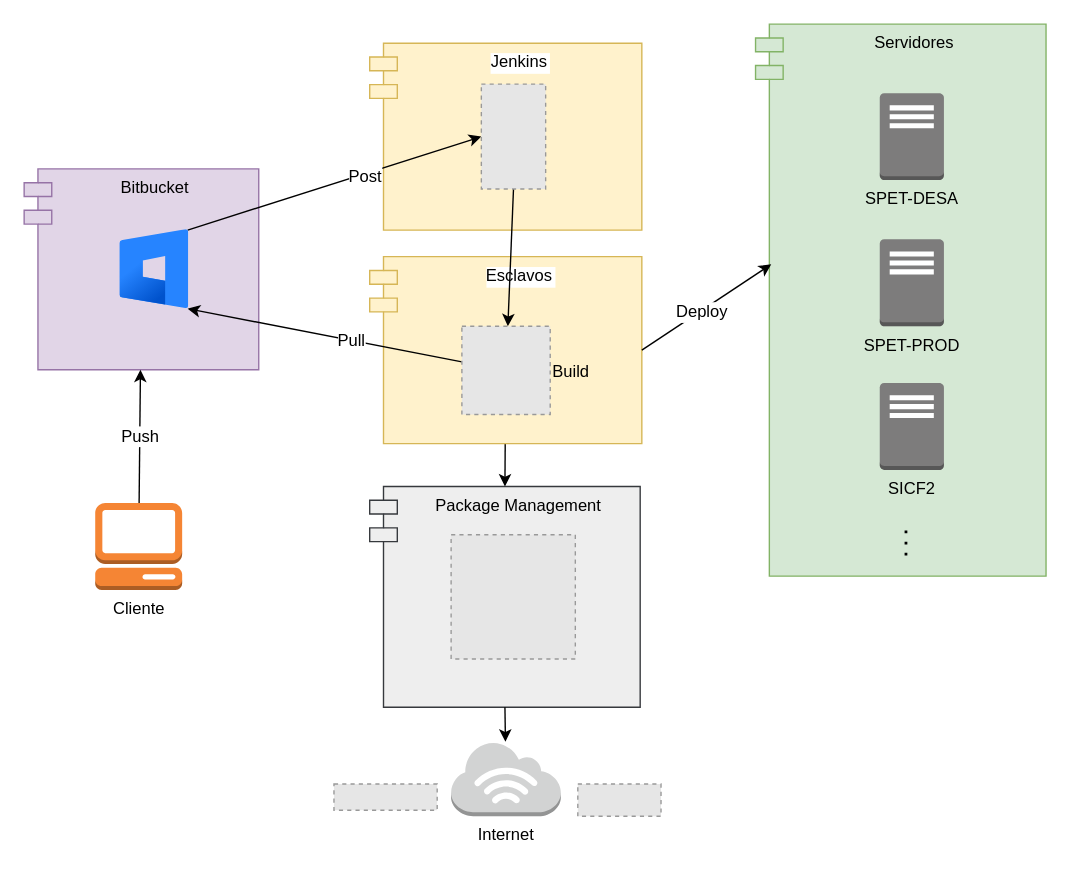
This is Diagrama sin título.drawio from davidSP-00/itil, a draw.io file, before an edit. Source tidied: cells renumbered, new cells numbered last; positions are measured from the earlier drawing's top-left corner, leaving out a move shared by most shapes. Both pictures are drawn from the tidied source at 138%, with x=0, y=0 at pixel (23, 23). Pictures stored in the file or linked from it are replaced by grey dashed boxes.
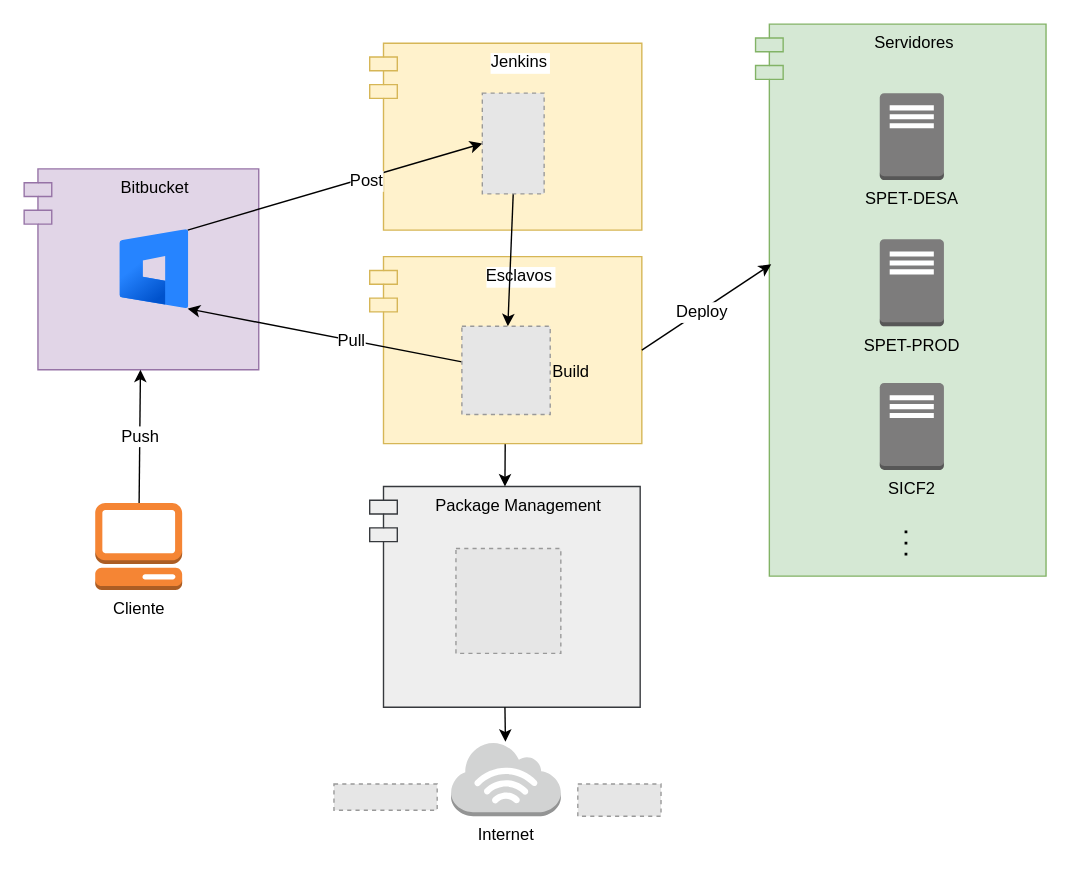
The same diagram, later.

Unchanged cells that the change refers to:
```xml
<mxCell id="16" value="Build" style="fillColor=#E6E6E6;strokeColor=#999999;dashed=1;verticalLabelPosition=middle;labelBackgroundColor=none;verticalAlign=middle;align=left;labelPosition=right;" parent="1" vertex="1">
  <mxGeometry x="317.2" y="218.9" width="64" height="64" as="geometry" />
</mxCell>
<mxCell id="28" style="image;image=img/lib/atlassian/Bitbucket_Logo.svg;labelBackgroundColor=default;fontSize=12;fontColor=#000000;html=1;direction=south;" parent="1" vertex="1">
  <mxGeometry x="68.5" y="149.2" width="50" height="57" as="geometry" />
</mxCell>
```

Diff of the diagram source:
```diff
@@
-    <mxCell id="11" style="edgeStyle=none;rounded=0;jettySize=auto;html=1;fontSize=12;fontColor=#000000;exitX=0.5;exitY=1;exitDx=0;exitDy=0;" parent="1" edge="1" source="29" target="16">
+    <mxCell id="11" style="edgeStyle=none;rounded=0;jettySize=auto;html=1;fontSize=12;fontColor=#000000;exitX=0.5;exitY=1;exitDx=0;exitDy=0;" parent="1" edge="1" source="31" target="16">
       <mxGeometry relative="1" as="geometry" />
     </mxCell>
@@
-    <mxCell id="14" style="edgeStyle=none;rounded=0;jettySize=auto;html=1;fontSize=12;fontColor=#000000;exitX=0;exitY=0;exitDx=0;exitDy=0;entryX=0;entryY=0.5;entryDx=0;entryDy=0;" parent="1" edge="1" source="28" target="29">
+    <mxCell id="14" style="edgeStyle=none;rounded=0;jettySize=auto;html=1;fontSize=12;fontColor=#000000;exitX=0;exitY=0;exitDx=0;exitDy=0;entryX=0;entryY=0.5;entryDx=0;entryDy=0;" parent="1" edge="1" source="28" target="31">
       <mxGeometry relative="1" as="geometry" />
     </mxCell>
@@
-    <mxCell id="29" style="fillColor=#E6E6E6;strokeColor=#999999;dashed=1;verticalLabelPosition=bottom;labelBackgroundColor=default;verticalAlign=top;" parent="1" vertex="1">
-      <mxGeometry x="331.3" y="43.5" width="46.6" height="76" as="geometry" />
-    </mxCell>
-    <mxCell id="30" style="fillColor=#E6E6E6;strokeColor=#999999;dashed=1;verticalLabelPosition=bottom;labelBackgroundColor=default;verticalAlign=top;" parent="1" vertex="1">
-      <mxGeometry x="309.4" y="370" width="90" height="90" as="geometry" />
-    </mxCell>
+    <mxCell id="31" style="fillColor=#E6E6E6;strokeColor=#999999;dashed=1;verticalLabelPosition=bottom;labelBackgroundColor=default;verticalAlign=top;" parent="1" vertex="1">
+      <mxGeometry x="332" y="50" width="44.8" height="73" as="geometry" />
+    </mxCell>
+    <mxCell id="32" style="fillColor=#E6E6E6;strokeColor=#999999;dashed=1;verticalLabelPosition=bottom;labelBackgroundColor=default;verticalAlign=top;" parent="1" vertex="1">
+      <mxGeometry x="312.9" y="380" width="76" height="76" as="geometry" />
+    </mxCell>
```
